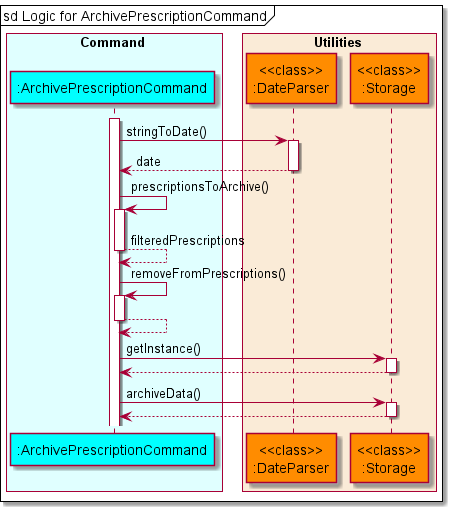
This is docs/diagrams/diagram_images/ArchivePrescriptionSequenceDiagram.png from nus-cs2113-AY2122S1/tp, a PlantUML export, as it was before one commit.
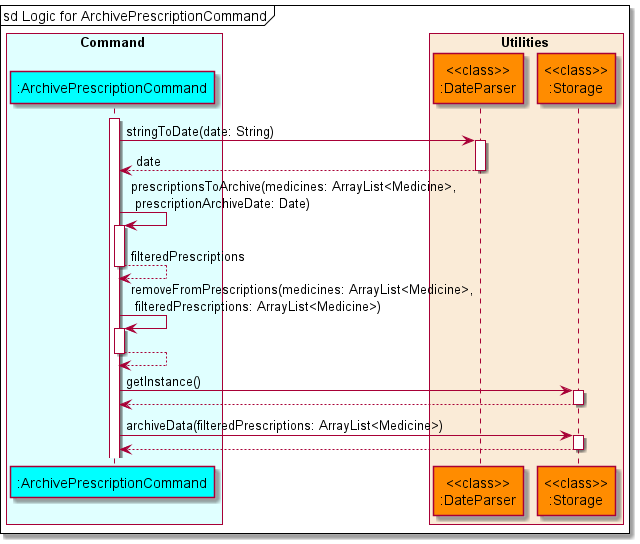
The same diagram one commit later.

Change to the diagram source:
```diff
@@ -14,14 +14,14 @@
 mainFrame sd Logic for ArchivePrescriptionCommand
 autoactivate on
 activate archivePrescription
-archivePrescription -> dateParser : stringToDate()
+archivePrescription -> dateParser : stringToDate(date: String)
 archivePrescription <-- dateParser : date
-archivePrescription -> archivePrescription : prescriptionsToArchive()
+archivePrescription -> archivePrescription : prescriptionsToArchive(medicines: ArrayList<Medicine>,\n prescriptionArchiveDate: Date)
 archivePrescription --> archivePrescription : filteredPrescriptions
-archivePrescription -> archivePrescription : removeFromPrescriptions()
+archivePrescription -> archivePrescription : removeFromPrescriptions(medicines: ArrayList<Medicine>,\n filteredPrescriptions: ArrayList<Medicine>)
 archivePrescription --> archivePrescription
 archivePrescription -> storage : getInstance()
 archivePrescription <-- storage
-archivePrescription -> storage : archiveData()
+archivePrescription -> storage : archiveData(filteredPrescriptions: ArrayList<Medicine>)
 archivePrescription <-- storage
 @enduml
```
